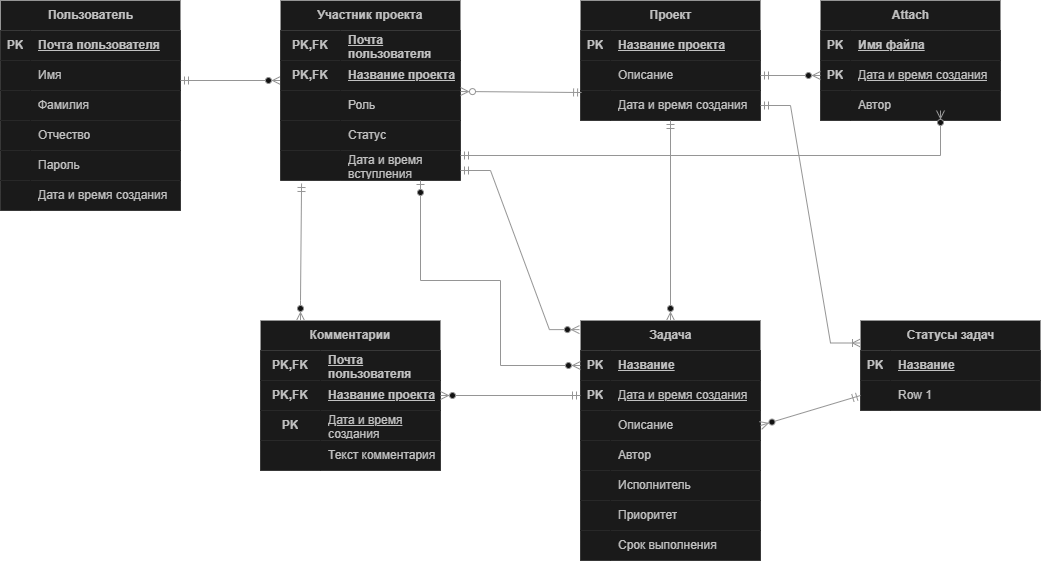
Earlier version of the draw.io export РПЗ/Диаграмма ER Модели.png (nybc4ik/Bugtracker_Coursework). Source tidied: cells renumbered, new cells last; positions are measured from the earlier drawing's top-left corner, leaving out a move shared by most shapes.
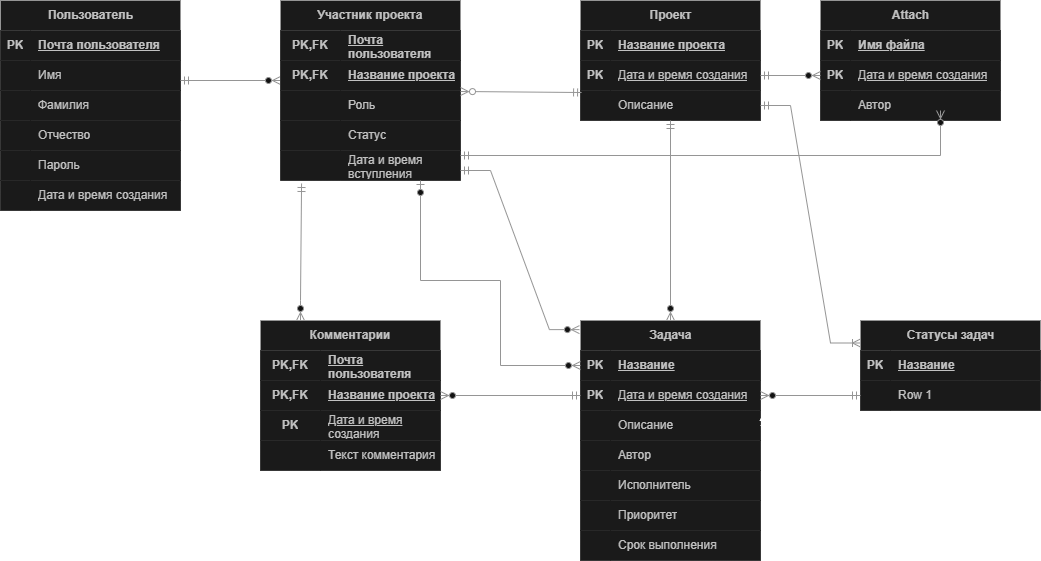
The same file after the commit.

Commit message:
небольшие правки + новая схема

What changed in the source:
```diff
@@ -71,8 +71,17 @@
     <mxCell id="24" value="&lt;div style=&quot;text-align: center; text-wrap-mode: nowrap;&quot;&gt;Название проекта&lt;/div&gt;" style="shape=partialRectangle;top=0;left=0;bottom=0;right=0;align=left;spacingLeft=6;fontStyle=5;overflow=hidden;whiteSpace=wrap;html=1;labelBackgroundColor=none;fillColor=#f5f5f5;strokeColor=#666666;fontColor=#333333;" parent="22" vertex="1">
       <mxGeometry x="30" width="150" height="30" as="geometry" />
     </mxCell>
+    <mxCell id="110" style="shape=tableRow;horizontal=0;startSize=0;swimlaneHead=0;swimlaneBody=0;points=[[0,0.5],[1,0.5]];portConstraint=eastwest;top=0;left=0;right=0;bottom=1;labelBackgroundColor=none;fillColor=#f5f5f5;strokeColor=#666666;fontColor=#333333;" parent="21" vertex="1">
+      <mxGeometry y="60" width="180" height="30" as="geometry" />
+    </mxCell>
+    <mxCell id="111" value="PK" style="shape=partialRectangle;top=0;left=0;bottom=0;right=0;fontStyle=1;overflow=hidden;whiteSpace=wrap;html=1;labelBackgroundColor=none;fillColor=#f5f5f5;strokeColor=#666666;fontColor=#333333;" parent="110" vertex="1">
+      <mxGeometry width="30" height="30" as="geometry" />
+    </mxCell>
+    <mxCell id="30" value="&lt;div style=&quot;text-align: center; text-wrap-mode: nowrap;&quot;&gt;&lt;span style=&quot;font-weight: 400; text-align: left; text-wrap-mode: wrap;&quot;&gt;Дата и время создания&lt;/span&gt;&lt;/div&gt;" style="shape=partialRectangle;top=0;left=0;bottom=0;right=0;align=left;spacingLeft=6;fontStyle=5;overflow=hidden;whiteSpace=wrap;html=1;labelBackgroundColor=none;fillColor=#f5f5f5;strokeColor=#666666;fontColor=#333333;" parent="110" vertex="1">
+      <mxGeometry x="30" width="150" height="30" as="geometry" />
+    </mxCell>
     <mxCell id="25" style="shape=tableRow;horizontal=0;startSize=0;swimlaneHead=0;swimlaneBody=0;points=[[0,0.5],[1,0.5]];portConstraint=eastwest;top=0;left=0;right=0;bottom=0;labelBackgroundColor=none;fillColor=#f5f5f5;strokeColor=#666666;fontColor=#333333;" parent="21" vertex="1">
-      <mxGeometry y="60" width="180" height="30" as="geometry" />
+      <mxGeometry y="90" width="180" height="30" as="geometry" />
     </mxCell>
     <mxCell id="26" style="shape=partialRectangle;top=0;left=0;bottom=0;right=0;overflow=hidden;whiteSpace=wrap;html=1;labelBackgroundColor=none;fillColor=#f5f5f5;strokeColor=#666666;fontColor=#333333;" parent="25" vertex="1">
       <mxGeometry width="30" height="30" as="geometry" />
@@ -80,15 +89,6 @@
     <mxCell id="27" value="Описание" style="shape=partialRectangle;top=0;left=0;bottom=0;right=0;align=left;spacingLeft=6;overflow=hidden;whiteSpace=wrap;html=1;labelBackgroundColor=none;fillColor=#f5f5f5;strokeColor=#666666;fontColor=#333333;" parent="25" vertex="1">
       <mxGeometry x="30" width="150" height="30" as="geometry" />
     </mxCell>
-    <mxCell id="28" style="shape=tableRow;horizontal=0;startSize=0;swimlaneHead=0;swimlaneBody=0;points=[[0,0.5],[1,0.5]];portConstraint=eastwest;top=0;left=0;right=0;bottom=0;labelBackgroundColor=none;fillColor=#f5f5f5;strokeColor=#666666;fontColor=#333333;" parent="21" vertex="1">
-      <mxGeometry y="90" width="180" height="30" as="geometry" />
-    </mxCell>
-    <mxCell id="29" style="shape=partialRectangle;top=0;left=0;bottom=0;right=0;overflow=hidden;whiteSpace=wrap;html=1;labelBackgroundColor=none;fillColor=#f5f5f5;strokeColor=#666666;fontColor=#333333;" parent="28" vertex="1">
-      <mxGeometry width="30" height="30" as="geometry" />
-    </mxCell>
-    <mxCell id="30" value="Дата и время создания" style="shape=partialRectangle;top=0;left=0;bottom=0;right=0;align=left;spacingLeft=6;overflow=hidden;whiteSpace=wrap;html=1;labelBackgroundColor=none;fillColor=#f5f5f5;strokeColor=#666666;fontColor=#333333;" parent="28" vertex="1">
-      <mxGeometry x="30" width="150" height="30" as="geometry" />
-    </mxCell>
     <mxCell id="31" style="fontSize=12;html=1;endArrow=ERzeroToMany;startArrow=ERmandOne;rounded=0;labelBackgroundColor=none;fontColor=default;fillColor=#f5f5f5;strokeColor=#666666;" parent="1" edge="1">
       <mxGeometry relative="1" as="geometry">
         <mxPoint x="180" y="80" as="sourcePoint" />
@@ -143,9 +143,10 @@
     <mxCell id="47" value="Дата и время вступления" style="shape=partialRectangle;top=0;left=0;bottom=0;right=0;align=left;spacingLeft=6;overflow=hidden;html=1;whiteSpace=wrap;labelBackgroundColor=none;fillColor=#f5f5f5;strokeColor=#666666;fontColor=#333333;" parent="45" vertex="1">
       <mxGeometry x="60" width="120" height="30" as="geometry" />
     </mxCell>
-    <mxCell id="48" style="fontSize=12;html=1;endArrow=ERmandOne;startArrow=ERzeroToMany;rounded=0;startFill=0;endFill=0;entryX=0.006;entryY=0.067;entryDx=0;entryDy=0;entryPerimeter=0;labelBackgroundColor=none;fontColor=default;fillColor=#f5f5f5;strokeColor=#666666;" parent="1" edge="1" target="28">
+    <mxCell id="48" style="fontSize=12;html=1;endArrow=ERmandOne;startArrow=ERzeroToMany;rounded=0;startFill=0;endFill=0;entryX=0.006;entryY=0.067;entryDx=0;entryDy=0;entryPerimeter=0;labelBackgroundColor=none;fontColor=default;fillColor=#f5f5f5;strokeColor=#666666;" parent="1" edge="1">
       <mxGeometry relative="1" as="geometry">
         <mxPoint x="460" y="91" as="sourcePoint" />
+        <mxPoint x="581.1" y="92" as="targetPoint" />
       </mxGeometry>
     </mxCell>
     <mxCell id="49" value="Комментарии" style="shape=table;startSize=30;rowLines=0;fontStyle=1;align=center;html=1;whiteSpace=wrap;labelBackgroundColor=none;fillColor=#f5f5f5;strokeColor=#666666;fontColor=#333333;" parent="1" vertex="1">
@@ -262,6 +263,9 @@
     <mxCell id="84" value="Срок выполнения" style="shape=partialRectangle;top=0;left=0;bottom=0;right=0;align=left;spacingLeft=6;overflow=hidden;whiteSpace=wrap;html=1;labelBackgroundColor=none;fillColor=#f5f5f5;strokeColor=#666666;fontColor=#333333;" parent="82" vertex="1">
       <mxGeometry x="30" width="150" height="30" as="geometry" />
     </mxCell>
+    <mxCell id="112" style="edgeStyle=orthogonalEdgeStyle;rounded=0;orthogonalLoop=1;jettySize=auto;html=1;exitX=1;exitY=0.5;exitDx=0;exitDy=0;entryX=1.017;entryY=0.067;entryDx=0;entryDy=0;entryPerimeter=0;" parent="63" edge="1" source="70" target="70">
+      <mxGeometry relative="1" as="geometry" />
+    </mxCell>
     <mxCell id="85" style="fontSize=12;html=1;endArrow=ERzeroToMany;startArrow=ERmandOne;rounded=0;entryX=0.5;entryY=0;entryDx=0;entryDy=0;labelBackgroundColor=none;fontColor=default;fillColor=#f5f5f5;strokeColor=#666666;" parent="1" edge="1" target="63">
       <mxGeometry relative="1" as="geometry">
         <mxPoint x="670" y="120" as="sourcePoint" />
@@ -297,7 +301,7 @@
     <mxCell id="95" value="Автор" style="shape=partialRectangle;top=0;left=0;bottom=0;right=0;align=left;spacingLeft=6;overflow=hidden;whiteSpace=wrap;html=1;labelBackgroundColor=none;fillColor=#f5f5f5;strokeColor=#666666;fontColor=#333333;" parent="93" vertex="1">
       <mxGeometry x="30" width="150" height="30" as="geometry" />
     </mxCell>
-    <mxCell id="96" style="fontSize=12;html=1;endArrow=ERzeroToMany;startArrow=ERmandOne;rounded=0;exitX=1;exitY=0.5;exitDx=0;exitDy=0;entryX=0;entryY=0.5;entryDx=0;entryDy=0;labelBackgroundColor=none;fontColor=default;fillColor=#f5f5f5;strokeColor=#666666;" parent="1" edge="1" source="25" target="90">
+    <mxCell id="96" style="fontSize=12;html=1;endArrow=ERzeroToMany;startArrow=ERmandOne;rounded=0;exitX=1;exitY=0.5;exitDx=0;exitDy=0;entryX=0;entryY=0.5;entryDx=0;entryDy=0;labelBackgroundColor=none;fontColor=default;fillColor=#f5f5f5;strokeColor=#666666;" parent="1" edge="1" source="110" target="90">
       <mxGeometry relative="1" as="geometry" />
     </mxCell>
     <mxCell id="97" style="fontSize=12;html=1;endArrow=ERzeroToMany;startArrow=ERmandOne;rounded=0;entryX=1;entryY=0.5;entryDx=0;entryDy=0;exitX=0;exitY=0.5;exitDx=0;exitDy=0;labelBackgroundColor=none;fontColor=default;fillColor=#f5f5f5;strokeColor=#666666;" parent="1" edge="1" source="67" target="53">
@@ -324,13 +328,13 @@
     <mxCell id="104" value="Row 1" style="shape=partialRectangle;top=0;left=0;bottom=0;right=0;align=left;spacingLeft=6;overflow=hidden;whiteSpace=wrap;html=1;labelBackgroundColor=none;fillColor=#f5f5f5;strokeColor=#666666;fontColor=#333333;" parent="102" vertex="1">
       <mxGeometry x="30" width="150" height="30" as="geometry" />
     </mxCell>
-    <mxCell id="105" style="fontSize=12;html=1;endArrow=ERoneToMany;startArrow=ERmandOne;rounded=0;startFill=0;endFill=0;edgeStyle=entityRelationEdgeStyle;entryX=0;entryY=0.25;entryDx=0;entryDy=0;exitX=1;exitY=0.5;exitDx=0;exitDy=0;labelBackgroundColor=none;fontColor=default;fillColor=#f5f5f5;strokeColor=#666666;" parent="1" edge="1" source="28" target="98">
-      <mxGeometry relative="1" as="geometry" />
+    <mxCell id="105" style="fontSize=12;html=1;endArrow=ERoneToMany;startArrow=ERmandOne;rounded=0;startFill=0;endFill=0;edgeStyle=entityRelationEdgeStyle;entryX=0;entryY=0.25;entryDx=0;entryDy=0;exitX=1;exitY=0.5;exitDx=0;exitDy=0;labelBackgroundColor=none;fontColor=default;fillColor=#f5f5f5;strokeColor=#666666;" parent="1" edge="1" target="98">
+      <mxGeometry relative="1" as="geometry">
+        <mxPoint x="760" y="105" as="sourcePoint" />
+      </mxGeometry>
     </mxCell>
-    <mxCell id="106" style="fontSize=12;html=1;endArrow=ERzeroToMany;startArrow=ERmandOne;rounded=0;exitX=0;exitY=0.5;exitDx=0;exitDy=0;entryX=1;entryY=0.5;entryDx=0;entryDy=0;labelBackgroundColor=none;fontColor=default;fillColor=#f5f5f5;strokeColor=#666666;" parent="1" edge="1" target="70">
-      <mxGeometry relative="1" as="geometry">
-        <mxPoint x="860" y="395" as="sourcePoint" />
-      </mxGeometry>
+    <mxCell id="106" style="fontSize=12;html=1;endArrow=ERzeroToMany;startArrow=ERmandOne;rounded=0;exitX=0;exitY=0.5;exitDx=0;exitDy=0;entryX=1;entryY=0.5;entryDx=0;entryDy=0;labelBackgroundColor=none;fontColor=default;fillColor=#f5f5f5;strokeColor=#666666;" parent="1" edge="1" source="102" target="67">
+      <mxGeometry relative="1" as="geometry" />
     </mxCell>
     <mxCell id="107" style="edgeStyle=orthogonalEdgeStyle;fontSize=12;html=1;endArrow=ERzeroToMany;startArrow=ERmandOne;rounded=0;exitX=1;exitY=0.5;exitDx=0;exitDy=0;labelBackgroundColor=none;fontColor=default;fillColor=#f5f5f5;strokeColor=#666666;" parent="1" edge="1">
       <mxGeometry relative="1" as="geometry">
```
